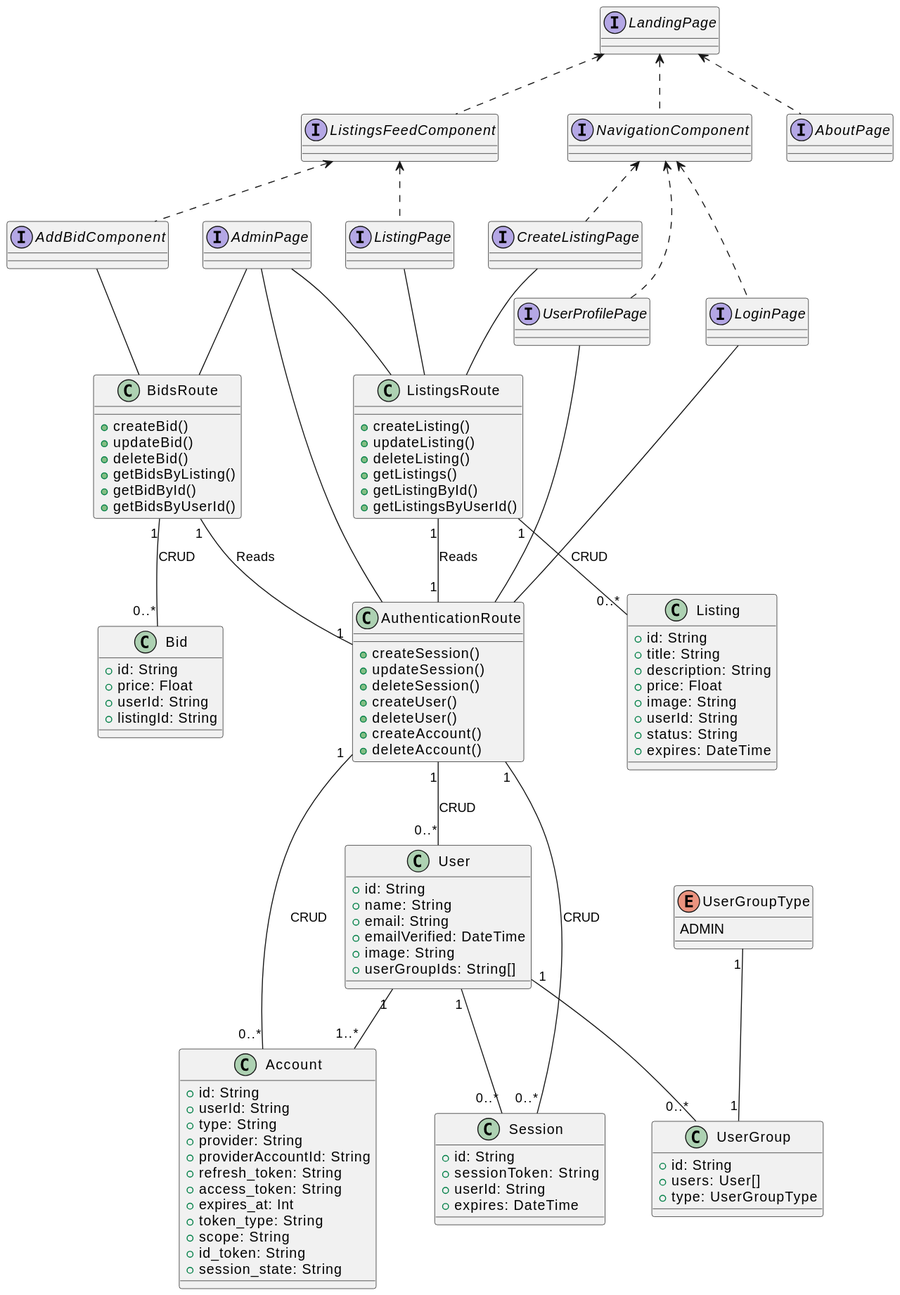
martinmiglio/CS471-Project keeps this PlantUML diagram as uml/out/ClassDiagram.svg. Above is the earlier version.
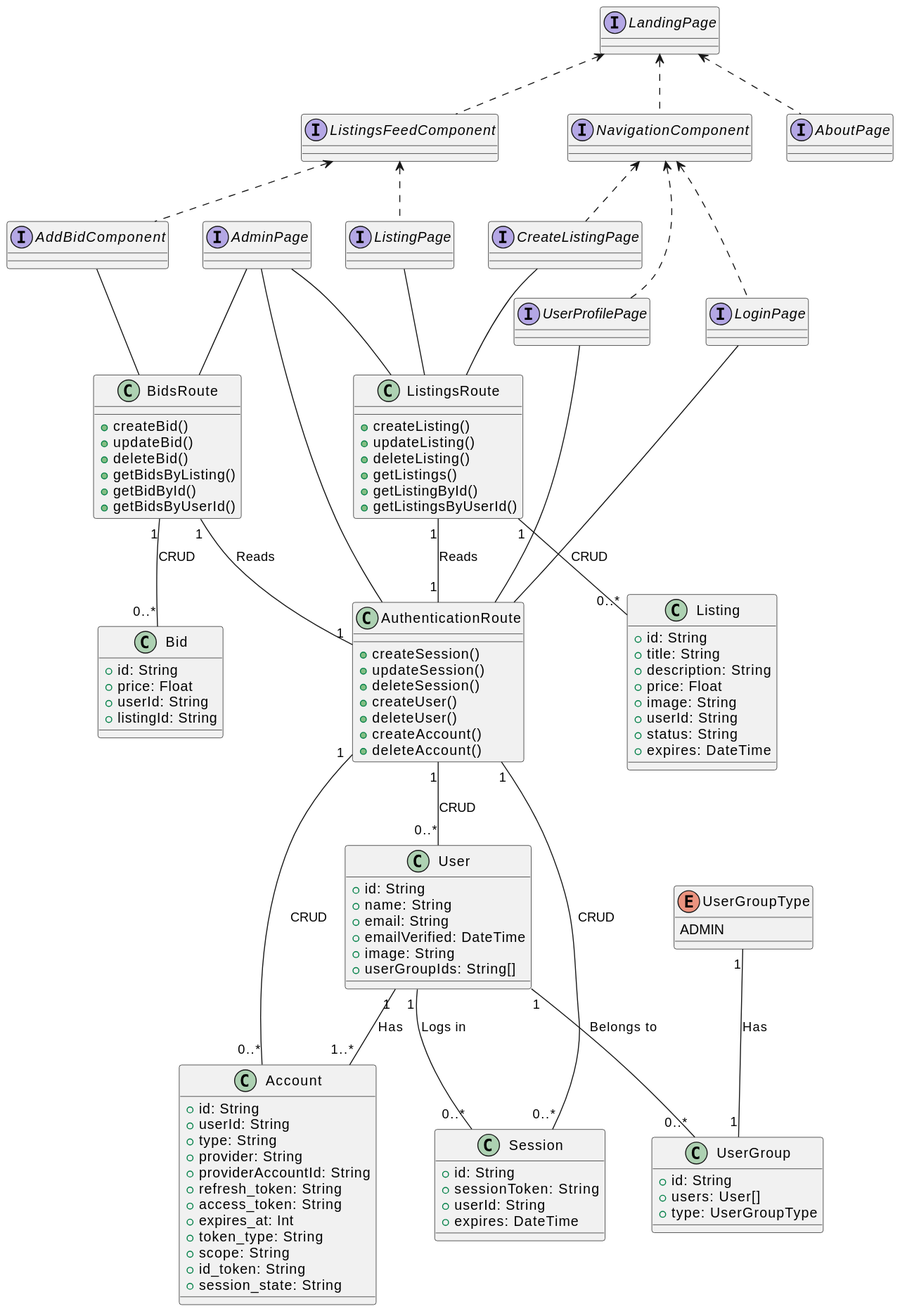
The same diagram one commit later.

Commit message:
Generated SVG images for PlantUML diagrams

Change to the diagram source:
```diff
@@ -57,10 +57,10 @@
   +type: UserGroupType
 }
 
-UserGroupType "1" -- "1" UserGroup
-User "1" -- "0..*" Session
-User "1" -- "1..*" Account
-User "1" -- "0..*" UserGroup
+UserGroupType "1" -- "1" UserGroup : Has
+User "1" -- "0..*" Session : Logs in
+User "1" -- "1..*" Account : Has
+User "1" -- "0..*" UserGroup : Belongs to
 
 
 
```
